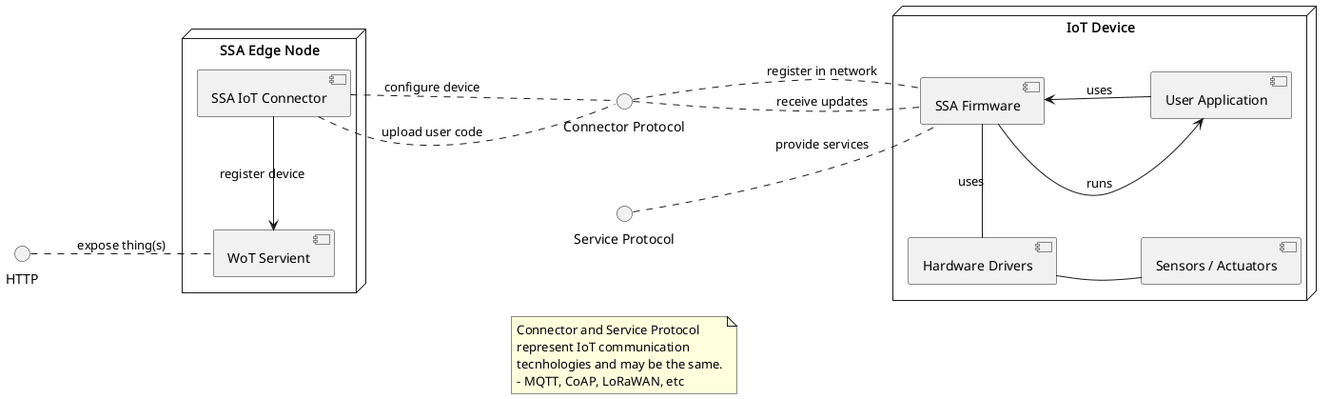
Above: uml/arch_component_diagram.png in les2feup/CityLink (PlantUML), before the change.
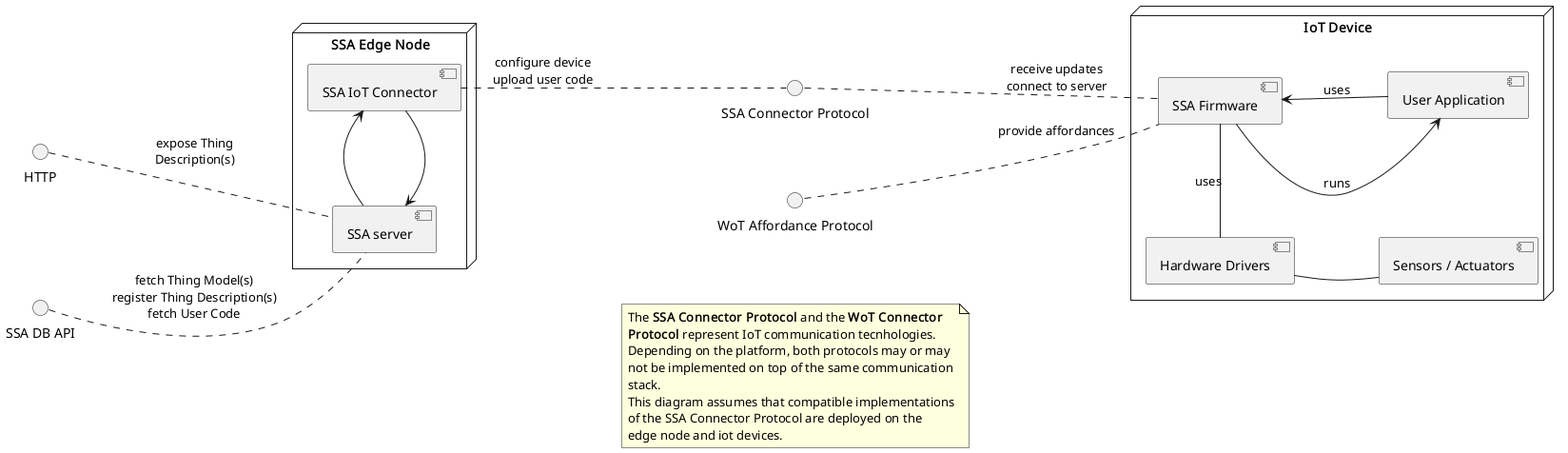
After the change.

Commit message:
updates to component diagram. New sequence diagram

The edit, as a diff of the source:
```diff
@@ -4,14 +4,16 @@
 skinparam nodesep 100
 
 () HTTP
-() "Service Protocol" as servProt
-() "Connector Protocol" as conProt
+() "SSA DB API" as db
+() "WoT Affordance Protocol" as affProt
+() "SSA Connector Protocol" as conProt
 
 node "SSA Edge Node" as edgeNode {
     [SSA IoT Connector] as iotCon
-    [WoT Servient] as servient
+    [SSA server] as server
 
-    iotCon -l-> servient: register device
+    iotCon -l-> server
+    server -> iotCon
 }
 
 node "IoT Device" as device {
@@ -27,23 +29,26 @@
     userApp -u-> ssaFW: uses
 }
 
-servient -u. HTTP : expose thing(s)
-iotCon -d. conProt : configure device
-iotCon -d. conProt : upload user code
-ssaFW -u. conProt : receive updates
-ssaFW -u. conProt : register in network
-ssaFW -u. servProt: provide services
+server -u. db : fetch Thing Model(s)\nregister Thing Description(s)\nfetch User Code
+server -u. HTTP : expose Thing\nDescription(s)
+iotCon -d. conProt : configure device\nupload user code
+ssaFW -u. conProt : receive updates\nconnect to server
+ssaFW -u. affProt: provide affordances
 
-conProt -r[hidden]. servProt
+conProt -r[hidden]. affProt
 
 note as N
-    Connector and Service Protocol
-    represent IoT communication
-    tecnhologies and may be the same.
-    - MQTT, CoAP, LoRaWAN, etc
+    The **SSA Connector Protocol** and the **WoT Connector**
+    **Protocol** represent IoT communication tecnhologies.
+    Depending on the platform, both protocols may or may
+    not be implemented on top of the same communication
+    stack.
+    This diagram assumes that compatible implementations
+    of the SSA Connector Protocol are deployed on the
+    edge node and iot devices.
 end note
 
-N -l[hidden]. servProt
+N -l[hidden]. affProt
 N -l[hidden]. conProt
 
 @enduml
```
